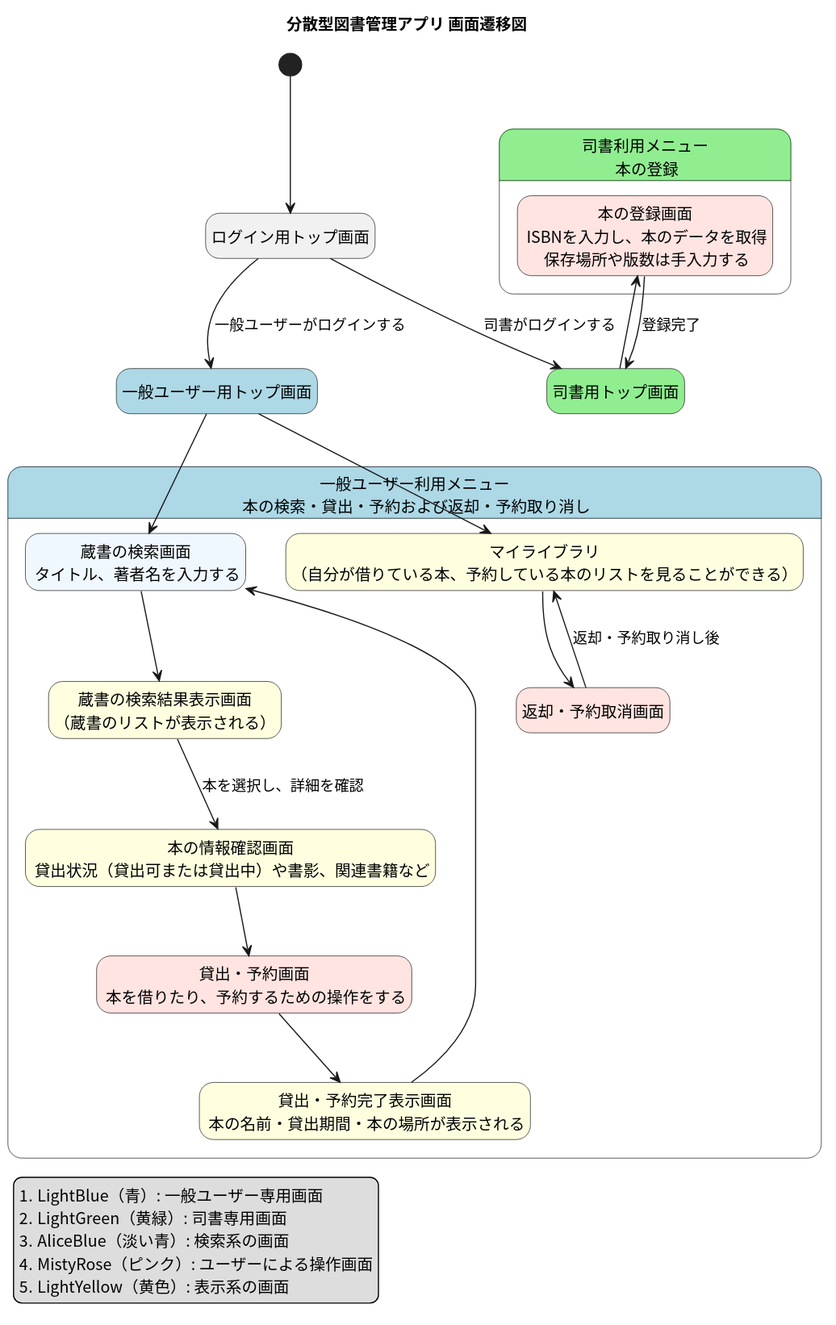
Above: docs/screen_flow/screen_flow_diagram/screen_flow.svg in tomoki-shiozaki/distributed-library (PlantUML), before the change.
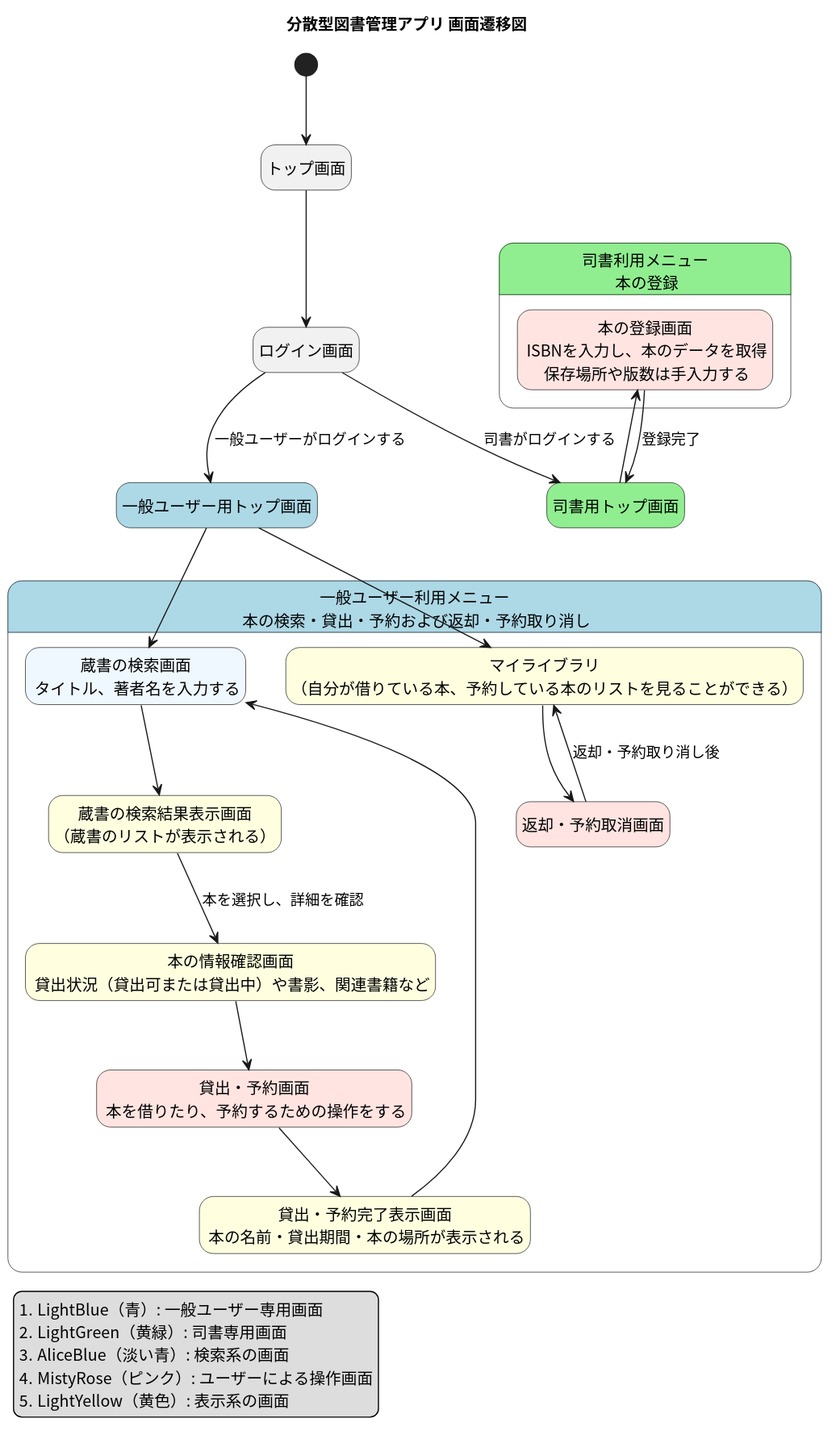
After the commit.

Commit message:
docs(screen flow): add login page to whole screen diagram

Change to the diagram source:
```diff
@@ -14,11 +14,13 @@
 
 [*] --> notLogin
 
-    state "ログイン用トップ画面" as notLogin
+    state "トップ画面" as notLogin
+    state "ログイン画面" as login
     state "一般ユーザー用トップ画面" as user #LightBlue
     state "司書用トップ画面" as librarian #LightGreen
-    notLogin --> user : 一般ユーザーがログインする
-    notLogin --> librarian : 司書がログインする
+    notLogin --> login
+    login --> user : 一般ユーザーがログインする
+    login --> librarian : 司書がログインする
 
 
 state "司書利用メニュー\n 本の登録" as bookManagement #LightGreen {
```
